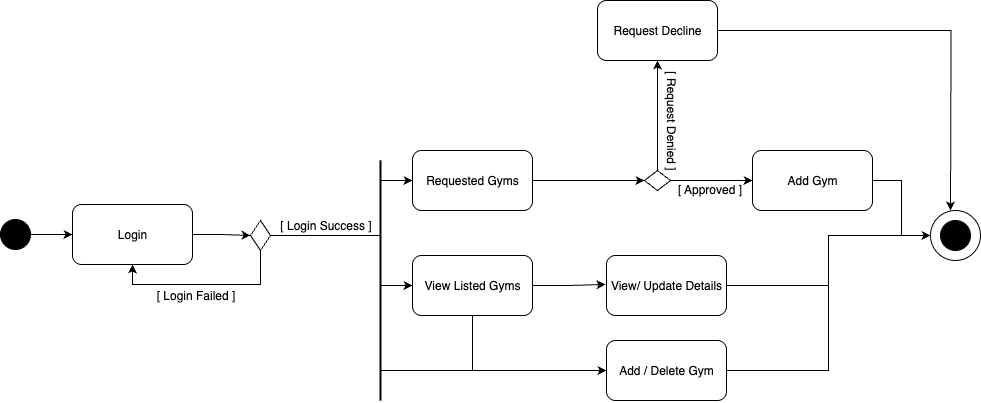
Earlier version of the draw.io export UML_ARTIFACTS/FLIPFIT-ACTIVITY-DIAGRAMS/Gym Admin Activity Diagram.png (Wazir-h/JEDI-FLIPKART-GROUP-A). Source tidied: cells renumbered, new cells last; positions are measured from the earlier drawing's top-left corner, leaving out a move shared by most shapes.
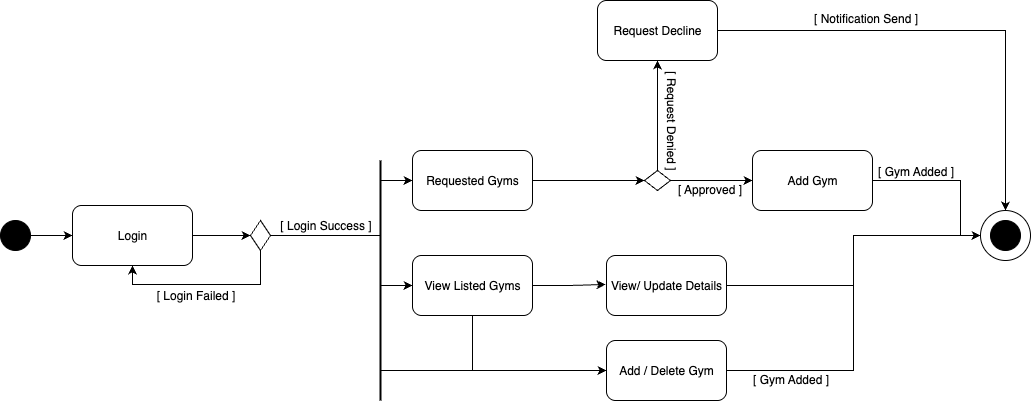
After the commit.

Commit message:
Modified UML Activity & Class

Change to the diagram source:
```diff
@@ -6,7 +6,7 @@
       <mxGeometry relative="1" as="geometry" />
     </mxCell>
     <mxCell id="3" value="Login" style="rounded=1;whiteSpace=wrap;html=1;" parent="1" vertex="1">
-      <mxGeometry x="72" y="204" width="120" height="60" as="geometry" />
+      <mxGeometry x="72" y="205" width="120" height="60" as="geometry" />
     </mxCell>
     <mxCell id="4" style="edgeStyle=orthogonalEdgeStyle;rounded=0;jettySize=auto;html=1;entryX=0;entryY=0.5;entryDx=0;entryDy=0;" parent="1" edge="1" source="5" target="11">
       <mxGeometry relative="1" as="geometry" />
@@ -36,16 +36,19 @@
     <mxCell id="11" style="rhombus;whiteSpace=wrap;html=1;" parent="1" vertex="1">
       <mxGeometry x="644" y="170" width="26" height="20" as="geometry" />
     </mxCell>
-    <mxCell id="12" style="edgeStyle=orthogonalEdgeStyle;rounded=0;jettySize=auto;html=1;" parent="1" edge="1" source="13">
-      <mxGeometry relative="1" as="geometry">
-        <mxPoint x="950" y="210" as="targetPoint" />
-      </mxGeometry>
-    </mxCell>
+    <mxCell id="35" style="edgeStyle=orthogonalEdgeStyle;rounded=0;jettySize=auto;html=1;entryX=0.5;entryY=0;entryDx=0;entryDy=0;" parent="1" edge="1" source="13" target="21">
+      <mxGeometry relative="1" as="geometry" />
+    </mxCell>
     <mxCell id="13" value="Request Decline" style="rounded=1;whiteSpace=wrap;html=1;" parent="1" vertex="1">
       <mxGeometry x="597" width="120" height="60" as="geometry" />
     </mxCell>
     <mxCell id="14" style="edgeStyle=orthogonalEdgeStyle;rounded=0;jettySize=auto;html=1;" parent="1" edge="1" source="15" target="21">
-      <mxGeometry relative="1" as="geometry" />
+      <mxGeometry relative="1" as="geometry">
+        <Array as="points">
+          <mxPoint x="960" y="180" />
+          <mxPoint x="960" y="235" />
+        </Array>
+      </mxGeometry>
     </mxCell>
     <mxCell id="15" value="Add Gym" style="rounded=1;whiteSpace=wrap;html=1;" parent="1" vertex="1">
       <mxGeometry x="752" y="150" width="120" height="60" as="geometry" />
@@ -63,7 +66,7 @@
       <mxGeometry x="606" y="255" width="120" height="60" as="geometry" />
     </mxCell>
     <mxCell id="20" style="group;" parent="1" vertex="1">
-      <mxGeometry x="930" y="210" width="50" height="50" as="geometry" />
+      <mxGeometry x="980" y="210" width="50" height="50" as="geometry" />
     </mxCell>
     <mxCell id="21" style="ellipse;whiteSpace=wrap;html=1;" parent="20" vertex="1">
       <mxGeometry width="50" height="50" as="geometry" />
@@ -75,7 +78,7 @@
       <mxGeometry relative="1" as="geometry" />
     </mxCell>
     <mxCell id="24" style="ellipse;whiteSpace=wrap;html=1;fillColor=#000000;" parent="1" vertex="1">
-      <mxGeometry y="219" width="30" height="30" as="geometry" />
+      <mxGeometry y="220" width="30" height="30" as="geometry" />
     </mxCell>
     <mxCell id="25" style="edgeStyle=orthogonalEdgeStyle;rounded=0;jettySize=auto;html=1;entryX=0;entryY=0.5;entryDx=0;entryDy=0;" parent="1" edge="1" source="29" target="5">
       <mxGeometry relative="1" as="geometry">
@@ -130,5 +133,14 @@
         <mxPoint x="380" y="160" as="targetPoint" />
       </mxGeometry>
     </mxCell>
+    <mxCell id="36" value="[ Gym Added ]" style="text;html=1;align=center;verticalAlign=middle;strokeColor=none;fillColor=none;" parent="1" vertex="1">
+      <mxGeometry x="865" y="156" width="100" height="30" as="geometry" />
+    </mxCell>
+    <mxCell id="37" value="[ Notification Send ]" style="text;html=1;align=center;verticalAlign=middle;strokeColor=none;fillColor=none;" parent="1" vertex="1">
+      <mxGeometry x="800" y="3" width="130" height="30" as="geometry" />
+    </mxCell>
+    <mxCell id="38" value="[ Gym Added ]" style="text;html=1;align=center;verticalAlign=middle;strokeColor=none;fillColor=none;" parent="1" vertex="1">
+      <mxGeometry x="740" y="364" width="100" height="30" as="geometry" />
+    </mxCell>
   </root>
 </mxGraphModel>
```
